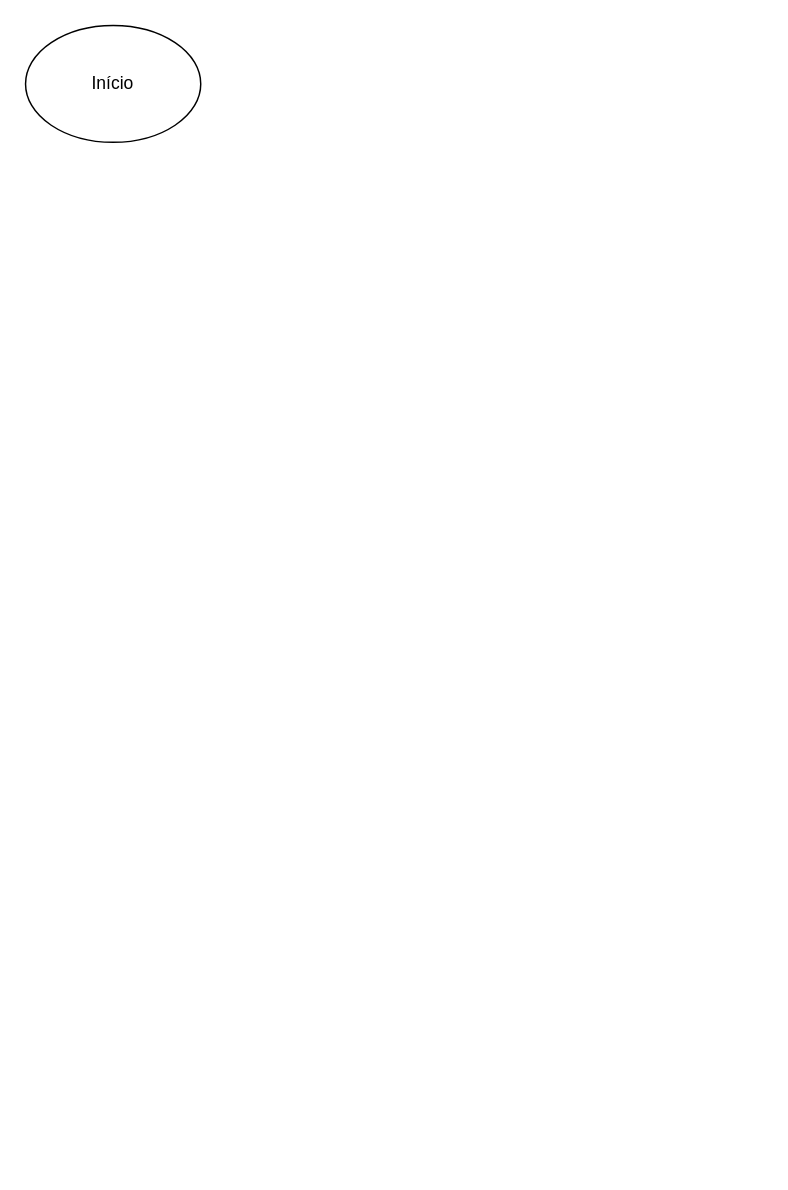
The draw.io diagram Média Escolar.drawio in ramon-negreiros/fluxogramas, before the edit. Source tidied: cells renumbered, new cells numbered last; positions are measured from the earlier drawing's top-left corner, leaving out a move shared by most shapes. Both pictures are drawn from the tidied source at 146%, with x=0, y=0 at pixel (25, 25).
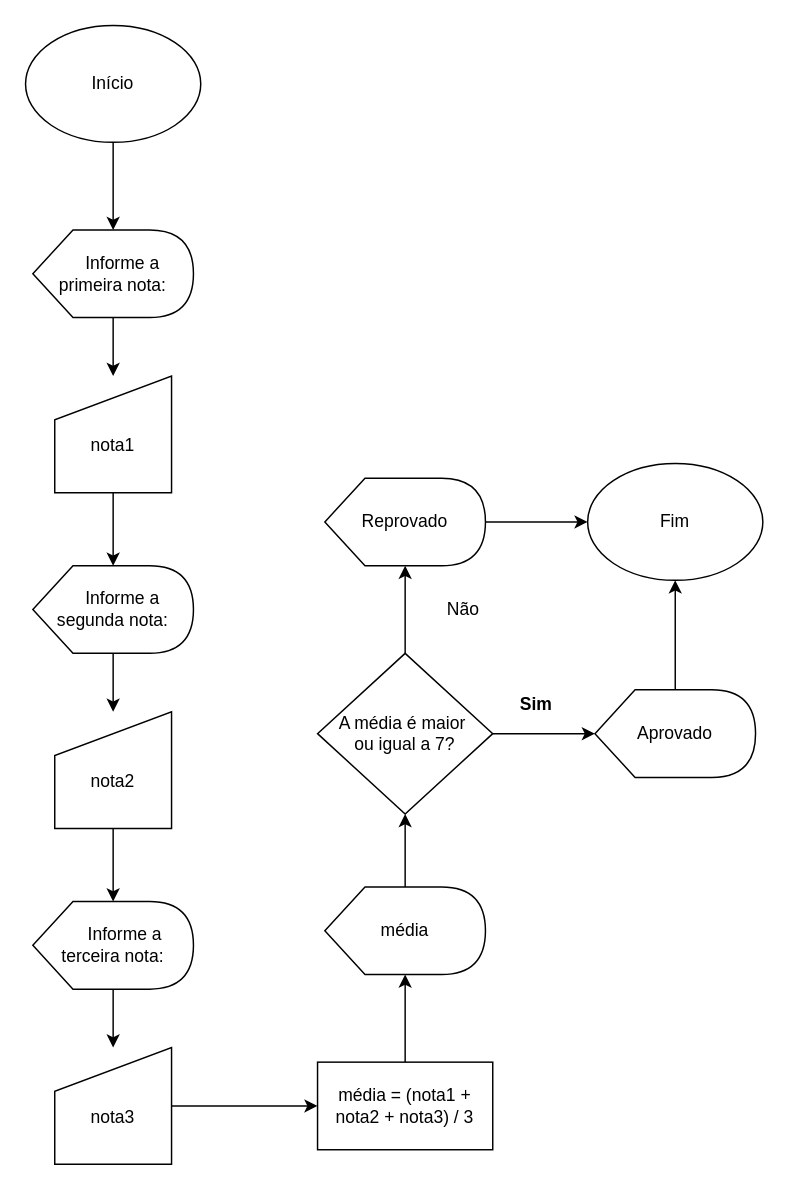
After the change.

Unchanged cells that the change refers to:
```xml
<mxCell id="2" value="Início" style="ellipse;whiteSpace=wrap;html=1;" parent="1" vertex="1">
  <mxGeometry width="120" height="80" as="geometry" />
</mxCell>
```

The edit, as a diff of the source:
```diff
@@
+    <mxCell id="3" style="edgeStyle=orthogonalEdgeStyle;rounded=0;jettySize=auto;html=1;" parent="1" edge="1" source="2" target="5">
+      <mxGeometry relative="1" as="geometry" />
+    </mxCell>
@@
+    <mxCell id="4" style="edgeStyle=orthogonalEdgeStyle;rounded=0;jettySize=auto;html=1;" parent="1" edge="1" source="5" target="7">
+      <mxGeometry relative="1" as="geometry" />
+    </mxCell>
+    <mxCell id="5" value="&amp;nbsp; &amp;nbsp; Informe a primeira nota:" style="shape=display;whiteSpace=wrap;html=1;" parent="1" vertex="1">
+      <mxGeometry x="5" y="140" width="110" height="60" as="geometry" />
+    </mxCell>
+    <mxCell id="6" style="edgeStyle=orthogonalEdgeStyle;rounded=0;jettySize=auto;html=1;" parent="1" edge="1" source="7" target="9">
+      <mxGeometry relative="1" as="geometry" />
+    </mxCell>
+    <mxCell id="7" value="&lt;div&gt;&lt;br&gt;&lt;/div&gt;nota1" style="shape=manualInput;whiteSpace=wrap;html=1;" parent="1" vertex="1">
+      <mxGeometry x="20" y="240" width="80" height="80" as="geometry" />
+    </mxCell>
+    <mxCell id="8" style="edgeStyle=orthogonalEdgeStyle;rounded=0;jettySize=auto;html=1;" parent="1" edge="1" source="9" target="11">
+      <mxGeometry relative="1" as="geometry" />
+    </mxCell>
+    <mxCell id="9" value="&amp;nbsp; &amp;nbsp; Informe a segunda nota:" style="shape=display;whiteSpace=wrap;html=1;" parent="1" vertex="1">
+      <mxGeometry x="5" y="370" width="110" height="60" as="geometry" />
+    </mxCell>
+    <mxCell id="10" style="edgeStyle=orthogonalEdgeStyle;rounded=0;jettySize=auto;html=1;" parent="1" edge="1" source="11" target="13">
+      <mxGeometry relative="1" as="geometry" />
+    </mxCell>
+    <mxCell id="11" value="&lt;div&gt;&lt;br&gt;&lt;/div&gt;nota2" style="shape=manualInput;whiteSpace=wrap;html=1;" parent="1" vertex="1">
+      <mxGeometry x="20" y="470" width="80" height="80" as="geometry" />
+    </mxCell>
+    <mxCell id="12" style="edgeStyle=orthogonalEdgeStyle;rounded=0;jettySize=auto;html=1;" parent="1" edge="1" source="13" target="15">
+      <mxGeometry relative="1" as="geometry" />
+    </mxCell>
+    <mxCell id="13" value="&amp;nbsp; &amp;nbsp; &amp;nbsp;Informe a terceira nota:" style="shape=display;whiteSpace=wrap;html=1;" parent="1" vertex="1">
+      <mxGeometry x="5" y="600" width="110" height="60" as="geometry" />
+    </mxCell>
+    <mxCell id="14" style="edgeStyle=orthogonalEdgeStyle;rounded=0;jettySize=auto;html=1;" parent="1" edge="1" source="15" target="17">
+      <mxGeometry relative="1" as="geometry" />
+    </mxCell>
+    <mxCell id="15" value="&lt;div&gt;&lt;br&gt;&lt;/div&gt;nota3" style="shape=manualInput;whiteSpace=wrap;html=1;" parent="1" vertex="1">
+      <mxGeometry x="20" y="700" width="80" height="80" as="geometry" />
+    </mxCell>
+    <mxCell id="16" style="edgeStyle=orthogonalEdgeStyle;rounded=0;jettySize=auto;html=1;" parent="1" edge="1" source="17" target="19">
+      <mxGeometry relative="1" as="geometry" />
+    </mxCell>
+    <mxCell id="17" value="média = (nota1 + nota2 + nota3) / 3" style="rounded=0;whiteSpace=wrap;html=1;" parent="1" vertex="1">
+      <mxGeometry x="200" y="710" width="120" height="60" as="geometry" />
+    </mxCell>
+    <mxCell id="18" style="edgeStyle=orthogonalEdgeStyle;rounded=0;jettySize=auto;html=1;" parent="1" edge="1" source="19" target="22">
+      <mxGeometry relative="1" as="geometry" />
+    </mxCell>
+    <mxCell id="19" value="média" style="shape=display;whiteSpace=wrap;html=1;" parent="1" vertex="1">
+      <mxGeometry x="205" y="590" width="110" height="60" as="geometry" />
+    </mxCell>
+    <mxCell id="20" style="edgeStyle=orthogonalEdgeStyle;rounded=0;jettySize=auto;html=1;" parent="1" edge="1" source="22" target="24">
+      <mxGeometry relative="1" as="geometry" />
+    </mxCell>
+    <mxCell id="21" style="edgeStyle=orthogonalEdgeStyle;rounded=0;jettySize=auto;html=1;" parent="1" edge="1" source="22" target="26">
+      <mxGeometry relative="1" as="geometry" />
+    </mxCell>
+    <mxCell id="22" value="A média é maior&amp;nbsp;&lt;div&gt;ou igual a 7?&lt;/div&gt;" style="rhombus;whiteSpace=wrap;html=1;" parent="1" vertex="1">
+      <mxGeometry x="200" y="430" width="120" height="110" as="geometry" />
+    </mxCell>
+    <mxCell id="23" style="edgeStyle=orthogonalEdgeStyle;rounded=0;jettySize=auto;html=1;" parent="1" edge="1" source="24" target="29">
+      <mxGeometry relative="1" as="geometry" />
+    </mxCell>
+    <mxCell id="24" value="Aprovado" style="shape=display;whiteSpace=wrap;html=1;" parent="1" vertex="1">
+      <mxGeometry x="390" y="455" width="110" height="60" as="geometry" />
+    </mxCell>
+    <mxCell id="25" style="edgeStyle=orthogonalEdgeStyle;rounded=0;jettySize=auto;html=1;" parent="1" edge="1" source="26" target="29">
+      <mxGeometry relative="1" as="geometry" />
+    </mxCell>
+    <mxCell id="26" value="Reprovado" style="shape=display;whiteSpace=wrap;html=1;" parent="1" vertex="1">
+      <mxGeometry x="205" y="310" width="110" height="60" as="geometry" />
+    </mxCell>
+    <mxCell id="27" value="&lt;b&gt;Sim&lt;/b&gt;" style="text;strokeColor=none;align=center;fillColor=none;html=1;verticalAlign=middle;whiteSpace=wrap;rounded=0;" parent="1" vertex="1">
+      <mxGeometry x="320" y="450" width="60" height="30" as="geometry" />
+    </mxCell>
+    <mxCell id="28" value="Não" style="text;strokeColor=none;align=center;fillColor=none;html=1;verticalAlign=middle;whiteSpace=wrap;rounded=0;" parent="1" vertex="1">
+      <mxGeometry x="270" y="385" width="60" height="30" as="geometry" />
+    </mxCell>
+    <mxCell id="29" value="Fim" style="ellipse;whiteSpace=wrap;html=1;" parent="1" vertex="1">
+      <mxGeometry x="385" y="300" width="120" height="80" as="geometry" />
+    </mxCell>
```
